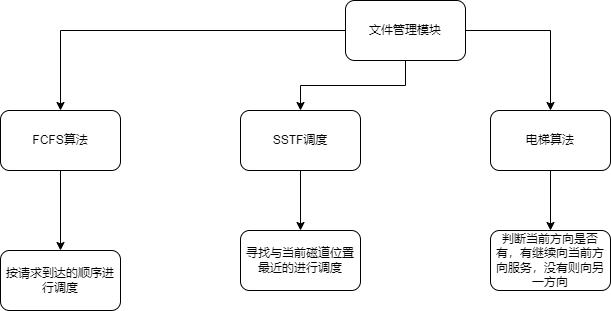
The draw.io diagram draw.io/文件管理模块.drawio.png in Nessential/draw.io, before a commit. Source tidied: cells renumbered, new cells last; positions are measured from the earlier drawing's top-left corner, leaving out a move shared by most shapes.
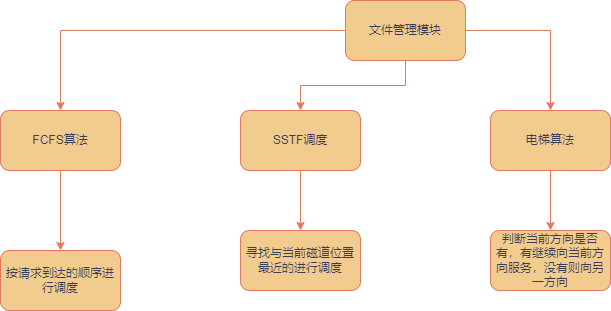
Later version of the same file.

Commit message:
更新文件管理模块.drawio.png

The edit, as a diff of the source:
```diff
@@ -2,43 +2,43 @@
   <root>
     <mxCell id="0" />
     <mxCell id="1" parent="0" />
-    <mxCell id="2" style="edgeStyle=orthogonalEdgeStyle;rounded=0;jettySize=auto;html=1;" parent="1" edge="1" source="5" target="7">
+    <mxCell id="2" style="edgeStyle=orthogonalEdgeStyle;rounded=0;jettySize=auto;html=1;labelBackgroundColor=none;strokeColor=#E07A5F;fontColor=default;" parent="1" edge="1" source="5" target="7">
       <mxGeometry relative="1" as="geometry" />
     </mxCell>
-    <mxCell id="3" style="edgeStyle=orthogonalEdgeStyle;rounded=0;jettySize=auto;html=1;" parent="1" edge="1" source="5" target="10">
+    <mxCell id="3" style="edgeStyle=orthogonalEdgeStyle;rounded=0;jettySize=auto;html=1;labelBackgroundColor=none;strokeColor=#E07A5F;fontColor=default;" parent="1" edge="1" source="5" target="10">
       <mxGeometry relative="1" as="geometry" />
     </mxCell>
-    <mxCell id="4" style="edgeStyle=orthogonalEdgeStyle;rounded=0;jettySize=auto;html=1;" parent="1" edge="1" source="5" target="13">
+    <mxCell id="4" style="edgeStyle=orthogonalEdgeStyle;rounded=0;jettySize=auto;html=1;labelBackgroundColor=none;strokeColor=#E07A5F;fontColor=default;" parent="1" edge="1" source="5" target="13">
       <mxGeometry relative="1" as="geometry" />
     </mxCell>
-    <mxCell id="5" value="文件管理模块" style="rounded=1;whiteSpace=wrap;html=1;" parent="1" vertex="1">
+    <mxCell id="5" value="文件管理模块" style="rounded=1;whiteSpace=wrap;html=1;labelBackgroundColor=none;fillColor=#F2CC8F;strokeColor=#E07A5F;fontColor=#393C56;" parent="1" vertex="1">
       <mxGeometry x="345" width="120" height="60" as="geometry" />
     </mxCell>
-    <mxCell id="6" style="edgeStyle=orthogonalEdgeStyle;rounded=0;jettySize=auto;html=1;" parent="1" edge="1" source="7" target="8">
+    <mxCell id="6" style="edgeStyle=orthogonalEdgeStyle;rounded=0;jettySize=auto;html=1;labelBackgroundColor=none;strokeColor=#E07A5F;fontColor=default;" parent="1" edge="1" source="7" target="8">
       <mxGeometry relative="1" as="geometry" />
     </mxCell>
-    <mxCell id="7" value="FCFS算法" style="whiteSpace=wrap;html=1;rounded=1;" parent="1" vertex="1">
+    <mxCell id="7" value="FCFS算法" style="whiteSpace=wrap;html=1;rounded=1;labelBackgroundColor=none;fillColor=#F2CC8F;strokeColor=#E07A5F;fontColor=#393C56;" parent="1" vertex="1">
       <mxGeometry y="110" width="120" height="60" as="geometry" />
     </mxCell>
-    <mxCell id="8" value="按请求到达的顺序进行调度" style="whiteSpace=wrap;html=1;rounded=1;" parent="1" vertex="1">
+    <mxCell id="8" value="按请求到达的顺序进行调度" style="whiteSpace=wrap;html=1;rounded=1;labelBackgroundColor=none;fillColor=#F2CC8F;strokeColor=#E07A5F;fontColor=#393C56;" parent="1" vertex="1">
       <mxGeometry y="250" width="120" height="60" as="geometry" />
     </mxCell>
-    <mxCell id="9" style="edgeStyle=orthogonalEdgeStyle;rounded=0;jettySize=auto;html=1;" parent="1" edge="1" source="10" target="11">
+    <mxCell id="9" style="edgeStyle=orthogonalEdgeStyle;rounded=0;jettySize=auto;html=1;labelBackgroundColor=none;strokeColor=#E07A5F;fontColor=default;" parent="1" edge="1" source="10" target="11">
       <mxGeometry relative="1" as="geometry" />
     </mxCell>
-    <mxCell id="10" value="SSTF调度" style="whiteSpace=wrap;html=1;rounded=1;" parent="1" vertex="1">
+    <mxCell id="10" value="SSTF调度" style="whiteSpace=wrap;html=1;rounded=1;labelBackgroundColor=none;fillColor=#F2CC8F;strokeColor=#E07A5F;fontColor=#393C56;" parent="1" vertex="1">
       <mxGeometry x="240" y="110" width="120" height="60" as="geometry" />
     </mxCell>
-    <mxCell id="11" value="寻找与当前磁道位置最近的进行调度" style="whiteSpace=wrap;html=1;rounded=1;" parent="1" vertex="1">
+    <mxCell id="11" value="寻找与当前磁道位置最近的进行调度" style="whiteSpace=wrap;html=1;rounded=1;labelBackgroundColor=none;fillColor=#F2CC8F;strokeColor=#E07A5F;fontColor=#393C56;" parent="1" vertex="1">
       <mxGeometry x="240" y="230" width="120" height="60" as="geometry" />
     </mxCell>
-    <mxCell id="12" style="edgeStyle=orthogonalEdgeStyle;rounded=0;jettySize=auto;html=1;" parent="1" edge="1" source="13" target="14">
+    <mxCell id="12" style="edgeStyle=orthogonalEdgeStyle;rounded=0;jettySize=auto;html=1;labelBackgroundColor=none;strokeColor=#E07A5F;fontColor=default;" parent="1" edge="1" source="13" target="14">
       <mxGeometry relative="1" as="geometry" />
     </mxCell>
-    <mxCell id="13" value="电梯算法" style="whiteSpace=wrap;html=1;rounded=1;" parent="1" vertex="1">
+    <mxCell id="13" value="电梯算法" style="whiteSpace=wrap;html=1;rounded=1;labelBackgroundColor=none;fillColor=#F2CC8F;strokeColor=#E07A5F;fontColor=#393C56;" parent="1" vertex="1">
       <mxGeometry x="490" y="110" width="120" height="60" as="geometry" />
     </mxCell>
-    <mxCell id="14" value="判断当前方向是否有，有继续向当前方向服务，没有则向另一方向" style="whiteSpace=wrap;html=1;rounded=1;" parent="1" vertex="1">
+    <mxCell id="14" value="判断当前方向是否有，有继续向当前方向服务，没有则向另一方向" style="whiteSpace=wrap;html=1;rounded=1;labelBackgroundColor=none;fillColor=#F2CC8F;strokeColor=#E07A5F;fontColor=#393C56;" parent="1" vertex="1">
       <mxGeometry x="490" y="230" width="120" height="60" as="geometry" />
     </mxCell>
   </root>
```
